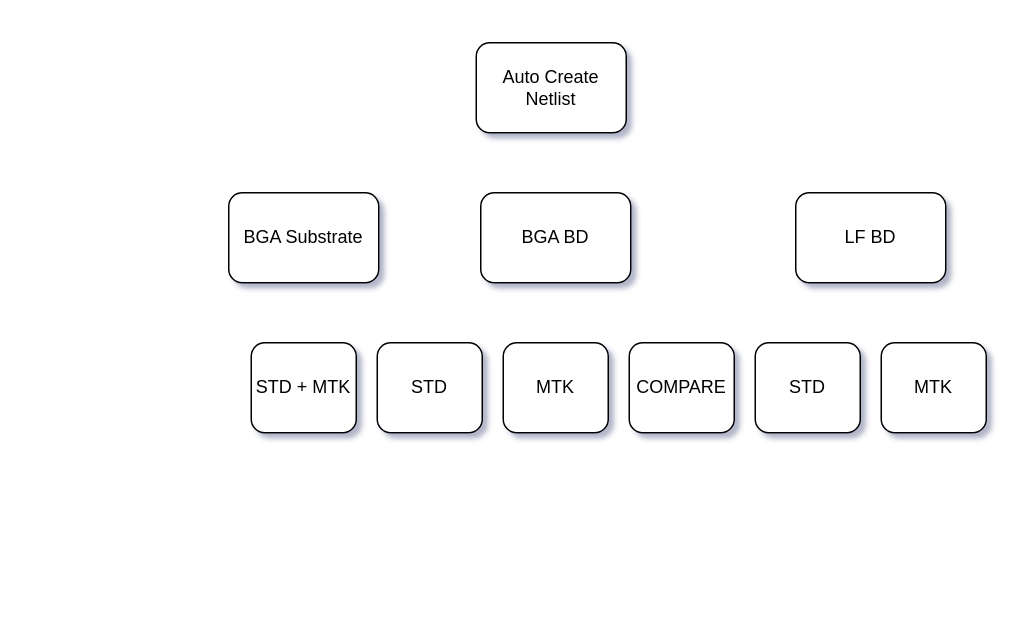
Earlier version of the draw.io diagram net.drawio (adrianwu0131/test-repo). Source tidied: cells renumbered, new cells numbered last; positions are measured from the earlier drawing's top-left corner, leaving out a move shared by most shapes. Both pictures are drawn from the tidied source at 150%, with x=0, y=0 at pixel (228, 42).
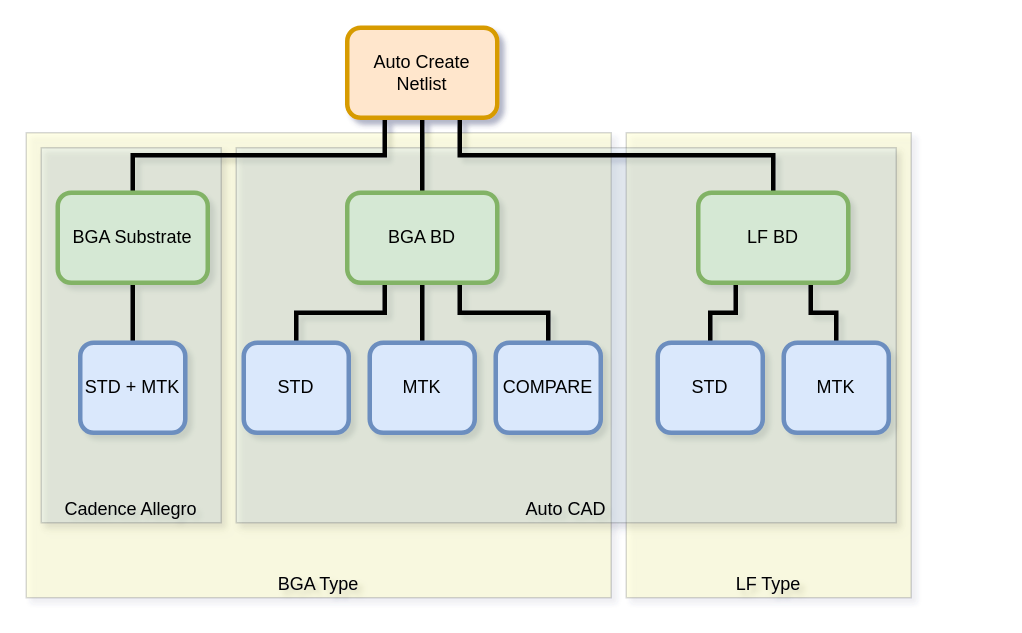
Above is the later version.

What changed in the source:
```diff
@@
+    <mxCell id="14" style="group;" parent="1" vertex="1">
+      <mxGeometry x="-135" y="60" width="590" height="310" as="geometry" />
+    </mxCell>
+    <mxCell id="15" style="group;" parent="14" vertex="1">
+      <mxGeometry width="590" height="310" as="geometry" />
+    </mxCell>
+    <mxCell id="16" value="BGA Type" style="whiteSpace=wrap;html=1;align=center;strokeWidth=1;fillColor=#ffff88;verticalAlign=bottom;strokeColor=#36393d;opacity=20;" parent="15" vertex="1">
+      <mxGeometry width="390" height="310" as="geometry" />
+    </mxCell>
+    <mxCell id="17" value="LF Type" style="whiteSpace=wrap;html=1;align=center;strokeWidth=1;fillColor=#ffff88;verticalAlign=bottom;strokeColor=#36393d;opacity=20;" parent="15" vertex="1">
+      <mxGeometry x="400" width="190" height="310" as="geometry" />
+    </mxCell>
+    <mxCell id="18" style="group;" parent="14" vertex="1">
+      <mxGeometry x="10" y="10" width="570" height="250" as="geometry" />
+    </mxCell>
+    <mxCell id="19" value="Auto CAD" style="whiteSpace=wrap;html=1;align=center;strokeWidth=1;fillColor=#cce5ff;verticalAlign=bottom;strokeColor=#36393d;opacity=20;shadow=1;" parent="18" vertex="1">
+      <mxGeometry x="130" width="440" height="250" as="geometry" />
+    </mxCell>
+    <mxCell id="20" value="Cadence Allegro" style="whiteSpace=wrap;html=1;align=center;strokeWidth=1;fillColor=#cce5ff;verticalAlign=bottom;strokeColor=#36393d;opacity=20;shadow=1;" parent="18" vertex="1">
+      <mxGeometry width="120" height="250" as="geometry" />
+    </mxCell>
+    <mxCell id="21" style="edgeStyle=orthogonalEdgeStyle;rounded=0;jettySize=auto;html=1;strokeWidth=3;endFill=0;endArrow=none;" parent="1" edge="1" source="2" target="4">
+      <mxGeometry relative="1" as="geometry" />
+    </mxCell>
+    <mxCell id="22" style="edgeStyle=orthogonalEdgeStyle;rounded=0;jettySize=auto;html=1;exitX=0.75;exitY=1;exitDx=0;exitDy=0;strokeWidth=3;endArrow=none;endFill=0;" parent="1" edge="1" source="2" target="5">
+      <mxGeometry relative="1" as="geometry" />
+    </mxCell>
+    <mxCell id="23" style="edgeStyle=orthogonalEdgeStyle;rounded=0;jettySize=auto;html=1;exitX=0.25;exitY=1;exitDx=0;exitDy=0;entryX=0.5;entryY=0;entryDx=0;entryDy=0;strokeWidth=3;endFill=0;endArrow=none;" parent="1" edge="1" source="2" target="3">
+      <mxGeometry relative="1" as="geometry" />
+    </mxCell>
-    <mxCell id="2" value="Auto Create Netlist" style="rounded=1;whiteSpace=wrap;html=1;" parent="1" vertex="1">
-      <mxGeometry x="165" width="100" height="60" as="geometry" />
+    <mxCell id="2" value="Auto Create Netlist" style="rounded=1;whiteSpace=wrap;html=1;strokeWidth=3;fillColor=#ffe6cc;strokeColor=#d79b00;" parent="1" vertex="1">
+      <mxGeometry x="79" y="-10" width="100" height="60" as="geometry" />
     </mxCell>
+    <mxCell id="24" style="edgeStyle=orthogonalEdgeStyle;rounded=0;jettySize=auto;html=1;exitX=0.5;exitY=1;exitDx=0;exitDy=0;entryX=0.5;entryY=0;entryDx=0;entryDy=0;strokeWidth=3;endFill=0;endArrow=none;" parent="1" edge="1" source="3" target="6">
+      <mxGeometry relative="1" as="geometry" />
+    </mxCell>
-    <mxCell id="3" value="BGA Substrate" style="rounded=1;whiteSpace=wrap;html=1;" parent="1" vertex="1">
-      <mxGeometry y="100" width="100" height="60" as="geometry" />
+    <mxCell id="3" value="BGA Substrate" style="rounded=1;whiteSpace=wrap;html=1;fillColor=#d5e8d4;strokeColor=#82b366;strokeWidth=3;" parent="1" vertex="1">
+      <mxGeometry x="-114" y="100" width="100" height="60" as="geometry" />
     </mxCell>
+    <mxCell id="25" style="edgeStyle=orthogonalEdgeStyle;rounded=0;jettySize=auto;html=1;exitX=0.5;exitY=1;exitDx=0;exitDy=0;entryX=0.5;entryY=0;entryDx=0;entryDy=0;strokeWidth=3;endFill=0;endArrow=none;" parent="1" edge="1" source="4" target="12">
+      <mxGeometry relative="1" as="geometry" />
+    </mxCell>
+    <mxCell id="26" style="edgeStyle=orthogonalEdgeStyle;rounded=0;jettySize=auto;html=1;exitX=0.75;exitY=1;exitDx=0;exitDy=0;entryX=0.5;entryY=0;entryDx=0;entryDy=0;strokeWidth=3;endFill=0;endArrow=none;" parent="1" edge="1" source="4" target="13">
+      <mxGeometry relative="1" as="geometry" />
+    </mxCell>
+    <mxCell id="27" style="edgeStyle=orthogonalEdgeStyle;rounded=0;jettySize=auto;html=1;exitX=0.25;exitY=1;exitDx=0;exitDy=0;entryX=0.5;entryY=0;entryDx=0;entryDy=0;strokeWidth=3;endFill=0;endArrow=none;" parent="1" edge="1" source="4" target="11">
+      <mxGeometry relative="1" as="geometry" />
+    </mxCell>
-    <mxCell id="4" value="&lt;span&gt;BGA BD&lt;/span&gt;" style="rounded=1;whiteSpace=wrap;html=1;" parent="1" vertex="1">
-      <mxGeometry x="168" y="100" width="100" height="60" as="geometry" />
+    <mxCell id="4" value="&lt;span&gt;BGA BD&lt;/span&gt;" style="rounded=1;whiteSpace=wrap;html=1;fillColor=#d5e8d4;strokeColor=#82b366;strokeWidth=3;" parent="1" vertex="1">
+      <mxGeometry x="79" y="100" width="100" height="60" as="geometry" />
     </mxCell>
+    <mxCell id="28" style="edgeStyle=orthogonalEdgeStyle;rounded=0;jettySize=auto;html=1;exitX=0.25;exitY=1;exitDx=0;exitDy=0;strokeWidth=3;endFill=0;endArrow=none;" parent="1" edge="1" source="5" target="8">
+      <mxGeometry relative="1" as="geometry" />
+    </mxCell>
+    <mxCell id="29" style="edgeStyle=orthogonalEdgeStyle;rounded=0;jettySize=auto;html=1;exitX=0.75;exitY=1;exitDx=0;exitDy=0;entryX=0.5;entryY=0;entryDx=0;entryDy=0;strokeWidth=3;endFill=0;endArrow=none;" parent="1" edge="1" source="5" target="9">
+      <mxGeometry relative="1" as="geometry" />
+    </mxCell>
-    <mxCell id="5" value="LF BD" style="rounded=1;whiteSpace=wrap;html=1;" parent="1" vertex="1">
-      <mxGeometry x="378" y="100" width="100" height="60" as="geometry" />
+    <mxCell id="5" value="LF BD" style="rounded=1;whiteSpace=wrap;html=1;fillColor=#d5e8d4;strokeColor=#82b366;strokeWidth=3;" parent="1" vertex="1">
+      <mxGeometry x="313" y="100" width="100" height="60" as="geometry" />
     </mxCell>
-    <mxCell id="6" value="&lt;span&gt;STD + MTK&lt;/span&gt;" style="rounded=1;whiteSpace=wrap;html=1;" parent="1" vertex="1">
-      <mxGeometry x="15" y="200" width="70" height="60" as="geometry" />
+    <mxCell id="6" value="&lt;span&gt;STD + MTK&lt;/span&gt;" style="rounded=1;whiteSpace=wrap;html=1;fillColor=#dae8fc;strokeColor=#6c8ebf;strokeWidth=3;" parent="1" vertex="1">
+      <mxGeometry x="-99" y="200" width="70" height="60" as="geometry" />
     </mxCell>
-    <mxCell id="7" style="group;" parent="1" vertex="1">
-      <mxGeometry x="351" y="200" width="154" height="60" as="geometry" />
-    </mxCell>
-    <mxCell id="8" value="STD" style="rounded=1;whiteSpace=wrap;html=1;" parent="7" vertex="1">
-      <mxGeometry width="70" height="60" as="geometry" />
-    </mxCell>
-    <mxCell id="9" value="&lt;span&gt;MTK&lt;/span&gt;" style="rounded=1;whiteSpace=wrap;html=1;" parent="7" vertex="1">
-      <mxGeometry x="84" width="70" height="60" as="geometry" />
-    </mxCell>
-    <mxCell id="10" style="group;" parent="1" vertex="1">
-      <mxGeometry x="99" y="200" width="238" height="60" as="geometry" />
-    </mxCell>
-    <mxCell id="11" value="STD" style="rounded=1;whiteSpace=wrap;html=1;" parent="10" vertex="1">
-      <mxGeometry width="70" height="60" as="geometry" />
+    <mxCell id="11" value="STD" style="rounded=1;whiteSpace=wrap;html=1;strokeColor=#6c8ebf;fillColor=#dae8fc;strokeWidth=3;" parent="1" vertex="1">
+      <mxGeometry x="10" y="200" width="70" height="60" as="geometry" />
     </mxCell>
-    <mxCell id="12" value="&lt;span&gt;MTK&lt;/span&gt;" style="rounded=1;whiteSpace=wrap;html=1;" parent="10" vertex="1">
-      <mxGeometry x="84" width="70" height="60" as="geometry" />
+    <mxCell id="12" value="&lt;span&gt;MTK&lt;/span&gt;" style="rounded=1;whiteSpace=wrap;html=1;strokeColor=#6c8ebf;fillColor=#dae8fc;strokeWidth=3;" parent="1" vertex="1">
+      <mxGeometry x="94" y="200" width="70" height="60" as="geometry" />
     </mxCell>
-    <mxCell id="13" value="COMPARE" style="rounded=1;whiteSpace=wrap;html=1;" parent="10" vertex="1">
-      <mxGeometry x="168" width="70" height="60" as="geometry" />
+    <mxCell id="13" value="COMPARE" style="rounded=1;whiteSpace=wrap;html=1;strokeColor=#6c8ebf;fillColor=#dae8fc;strokeWidth=3;" parent="1" vertex="1">
+      <mxGeometry x="178" y="200" width="70" height="60" as="geometry" />
     </mxCell>
+    <mxCell id="8" value="STD" style="rounded=1;whiteSpace=wrap;html=1;strokeColor=#6c8ebf;fillColor=#dae8fc;strokeWidth=3;" parent="1" vertex="1">
+      <mxGeometry x="286" y="200" width="70" height="60" as="geometry" />
+    </mxCell>
+    <mxCell id="9" value="&lt;span&gt;MTK&lt;/span&gt;" style="rounded=1;whiteSpace=wrap;html=1;strokeColor=#6c8ebf;fillColor=#dae8fc;strokeWidth=3;" parent="1" vertex="1">
+      <mxGeometry x="370" y="200" width="70" height="60" as="geometry" />
+    </mxCell>
```
